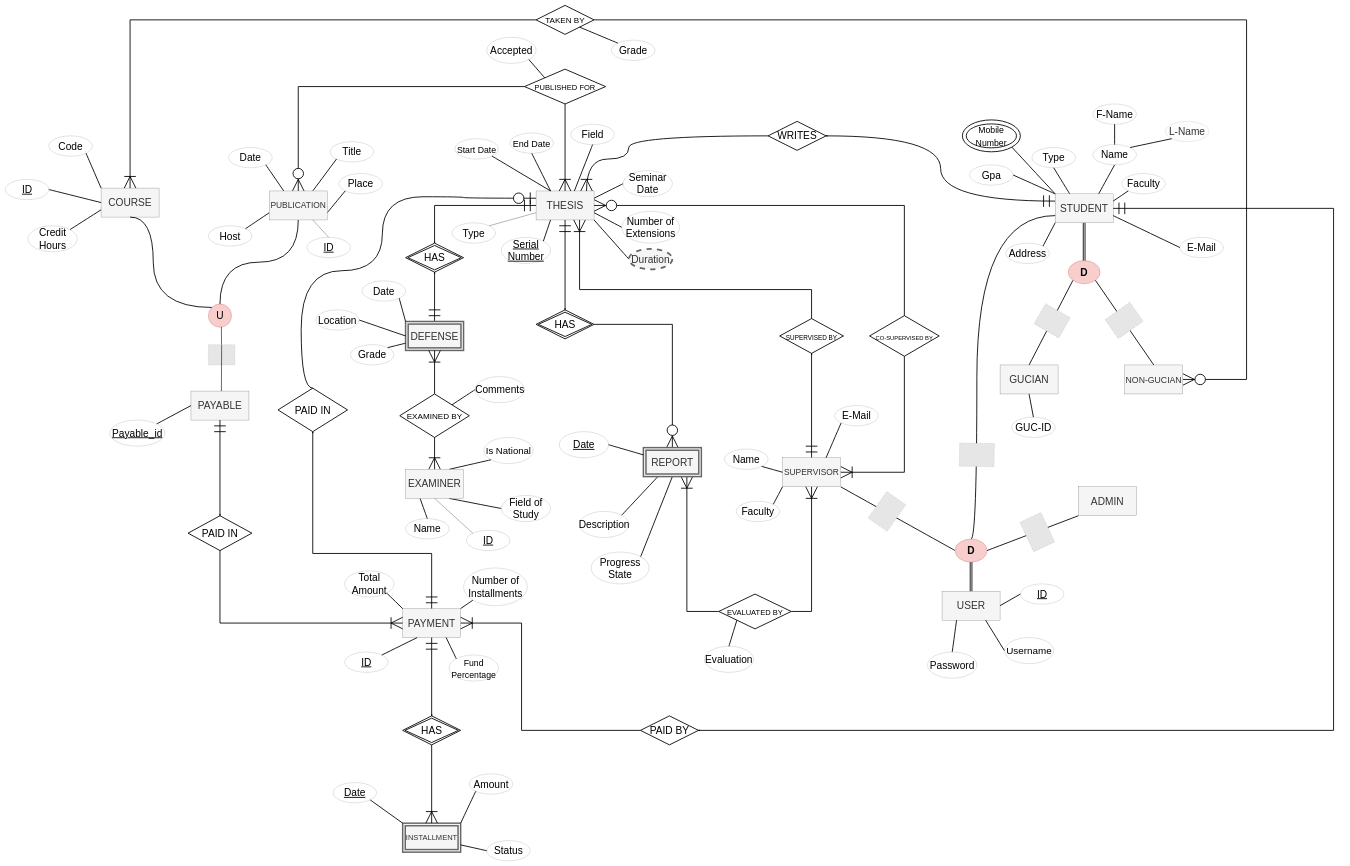
Above: db-design/diagram/final.drawio.xml in AhmedNasserG/postgraduate-database-system (draw.io), before the change. Source tidied: cells renumbered, new cells numbered last; positions are measured from the earlier drawing's top-left corner, leaving out a move shared by most shapes. Both pictures are drawn from the tidied source at 29%, with x=0, y=0 at pixel (5, 5). Pictures stored in the file or linked from it are replaced by grey dashed boxes.
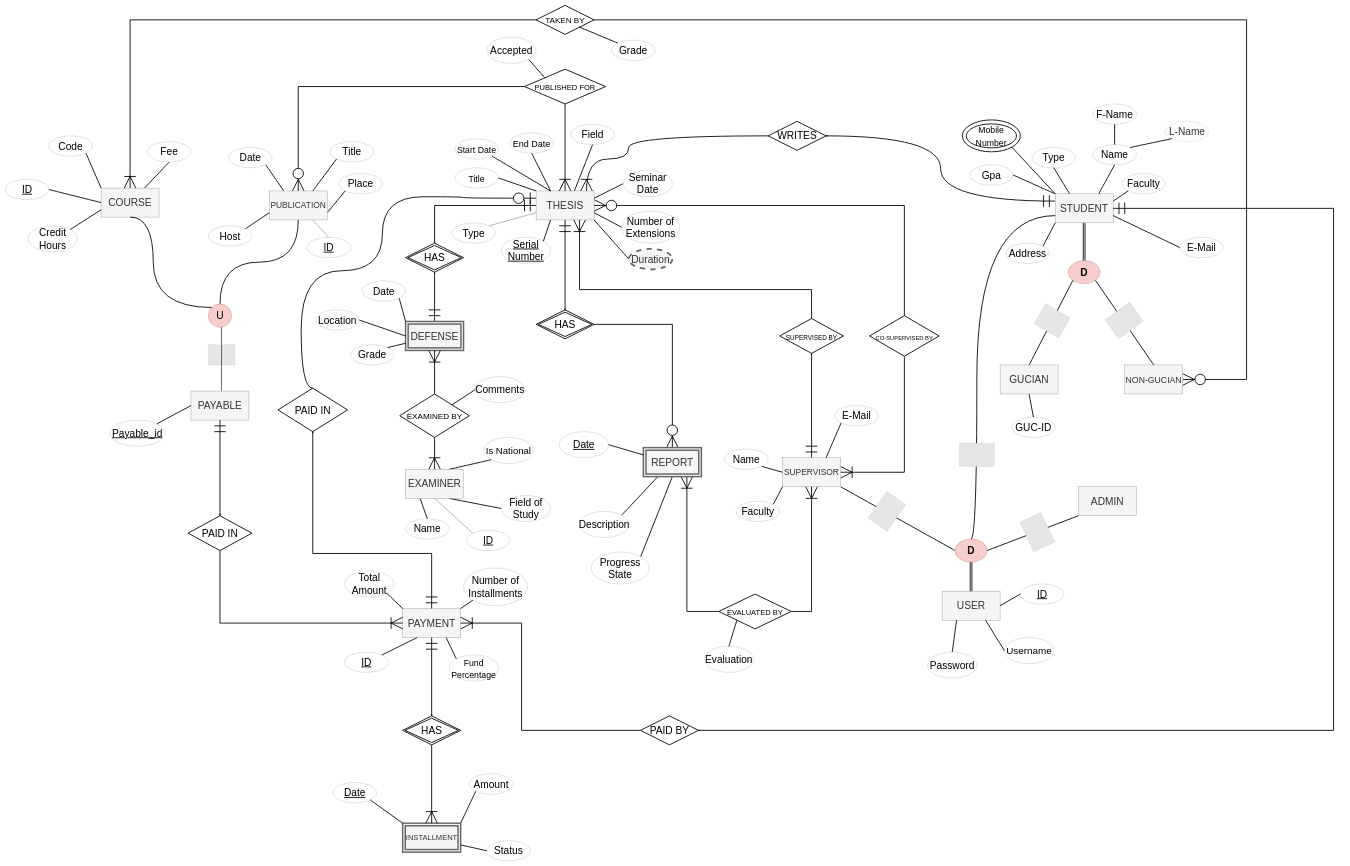
After the change.

Commit message (it also covers changes not shown here):
Add attributes to the diagram

added fee to the course entity and title to the thesis entity.

Unchanged cells that the change refers to:
```xml
<mxCell id="2" value="&lt;font style=&quot;font-size: 35px&quot;&gt;COURSE&lt;/font&gt;" style="whiteSpace=wrap;html=1;align=center;fillColor=#f5f5f5;fontColor=#333333;strokeColor=#666666;" parent="1" vertex="1">
  <mxGeometry x="330" y="630" width="200" height="100" as="geometry" />
</mxCell>
<mxCell id="5" value="&lt;font style=&quot;font-size: 35px&quot;&gt;THESIS&lt;/font&gt;" style="whiteSpace=wrap;html=1;align=center;fillColor=#f5f5f5;fontColor=#333333;strokeColor=#666666;" parent="1" vertex="1">
  <mxGeometry x="1830" y="640" width="200" height="100" as="geometry" />
</mxCell>
```

The edit, as a diff of the source:
```diff
@@
+    <mxCell id="186" value="&lt;font style=&quot;font-size: 30px&quot;&gt;Title&lt;/font&gt;" style="ellipse;whiteSpace=wrap;html=1;align=center;fontSize=35;strokeWidth=2;opacity=20;" parent="1" vertex="1">
+      <mxGeometry x="1550" y="560" width="150" height="70" as="geometry" />
+    </mxCell>
+    <mxCell id="187" style="endArrow=none;html=1;shadow=0;labelBackgroundColor=default;labelBorderColor=none;sketch=0;fontSize=35;startSize=0;endSize=13;targetPerimeterSpacing=13;strokeColor=#000000;strokeWidth=3;verticalAlign=top;curved=1;exitX=1;exitY=0.5;exitDx=0;exitDy=0;entryX=0;entryY=0;entryDx=0;entryDy=0;" parent="1" edge="1" source="186" target="5">
+      <mxGeometry relative="1" as="geometry" />
+    </mxCell>
+    <mxCell id="188" value="Fee" style="ellipse;whiteSpace=wrap;html=1;align=center;fontSize=35;strokeWidth=2;opacity=20;" parent="1" vertex="1">
+      <mxGeometry x="490" y="470" width="150" height="70" as="geometry" />
+    </mxCell>
+    <mxCell id="189" style="endArrow=none;html=1;shadow=0;labelBackgroundColor=default;labelBorderColor=none;sketch=0;fontSize=35;startSize=0;endSize=13;targetPerimeterSpacing=13;strokeColor=#000000;strokeWidth=3;verticalAlign=top;curved=1;exitX=0.5;exitY=1;exitDx=0;exitDy=0;entryX=0.75;entryY=0;entryDx=0;entryDy=0;" parent="1" edge="1" source="188" target="2">
+      <mxGeometry relative="1" as="geometry" />
+    </mxCell>
```
